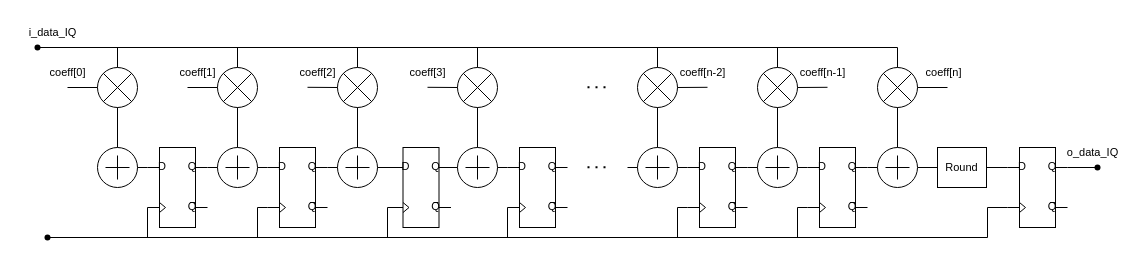
chris-andriakop/chris-andriakop keeps this draw.io diagram as block_diagrams/FIR.drawio. Above is the earlier version. Source tidied: cells renumbered, new cells numbered last; positions are measured from the earlier drawing's top-left corner, leaving out a move shared by most shapes. Both pictures are drawn from the tidied source at 100%, with x=0, y=0 at pixel (17, 17).
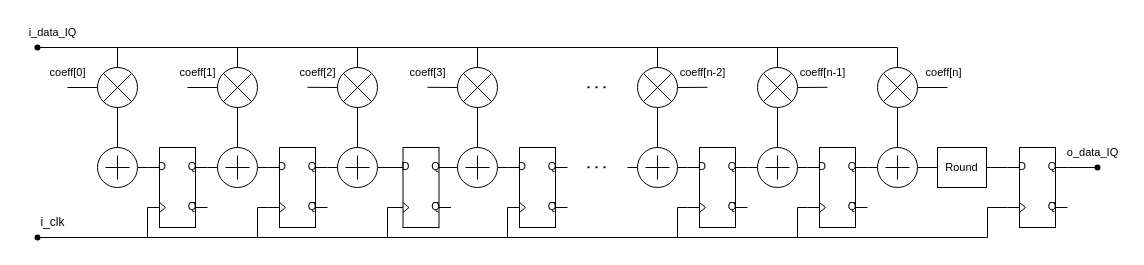
Above is the later version.

The edit, as a diff of the source:
```diff
@@
     <mxCell id="46" style="shape=waypoint;sketch=0;fillStyle=solid;size=6;points=[];fillColor=none;perimeter=centerPerimeter;snapToPoint=1;strokeColor=default;rounded=0;align=center;verticalAlign=middle;fontFamily=Helvetica;fontSize=11;fontColor=default;labelBackgroundColor=default;" parent="1" vertex="1">
-      <mxGeometry x="20" y="210" width="20" height="20" as="geometry" />
+      <mxGeometry x="10" y="210" width="20" height="20" as="geometry" />
     </mxCell>
@@
+    <mxCell id="81" value="i_clk" style="text;html=1;align=center;verticalAlign=middle;strokeColor=none;fillColor=none;" parent="1" vertex="1">
+      <mxGeometry x="10" y="190" width="50" height="30" as="geometry" />
+    </mxCell>
```
